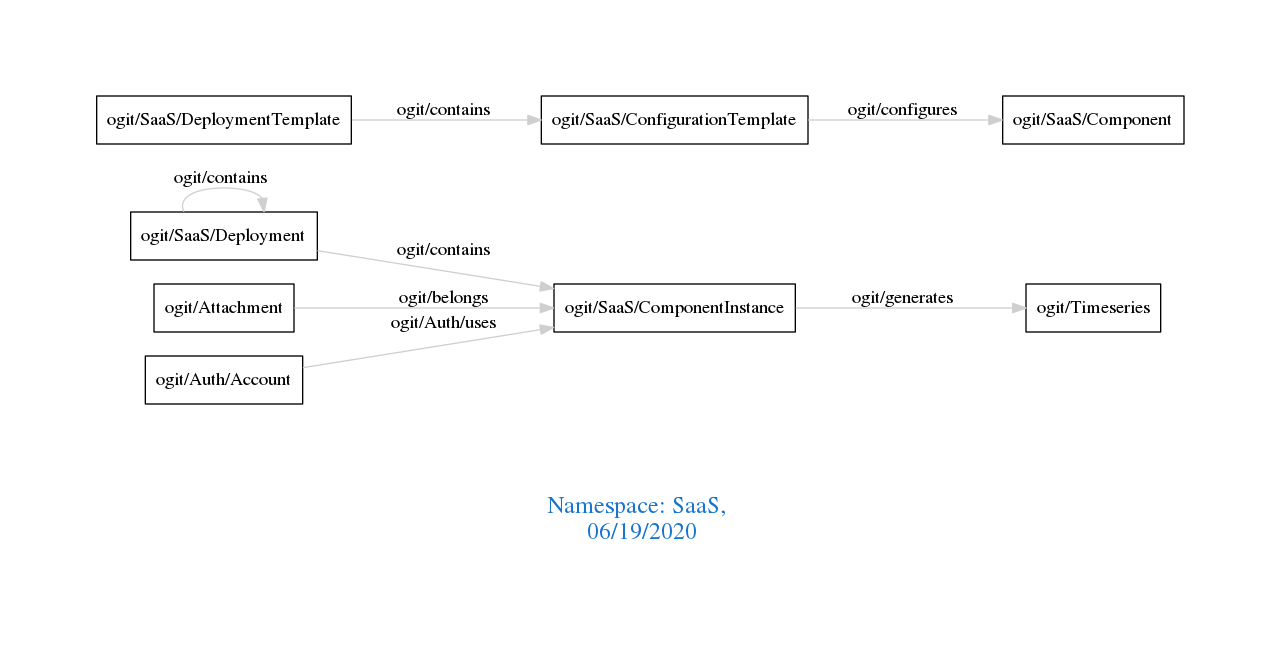
This is downloads/SaaS.png from arago/OGIT, a Graphviz export, as it was before one commit. Its source is kept beside it as downloads/SaaS.dot. The source it was exported from:
```dot
digraph OGIT_ontology {
 graph [ rankdir= LR,pad=1
fontsize = 18,
fontcolor= dodgerblue3,label = "\n\n\nNamespace: SaaS, \n 06/19/2020"];
node[shape=polygon];
edge [  color="gray81"];

   "ogit/SaaS/Deployment" -> "ogit/SaaS/ComponentInstance" [label="   ogit/contains    "];
   "ogit/SaaS/DeploymentTemplate" -> "ogit/SaaS/ConfigurationTemplate" [label="   ogit/contains    "];
   "ogit/SaaS/ComponentInstance" -> "ogit/Timeseries" [label="   ogit/generates    "];
   "ogit/SaaS/ConfigurationTemplate" -> "ogit/SaaS/Component" [label="   ogit/configures    "];
   "ogit/Attachment" -> "ogit/SaaS/ComponentInstance" [label="   ogit/belongs    "];
   "ogit/Auth/Account" -> "ogit/SaaS/ComponentInstance" [label="   ogit/Auth/uses    "];
   "ogit/SaaS/Deployment" -> "ogit/SaaS/Deployment" [label="   ogit/contains    "];
}
```
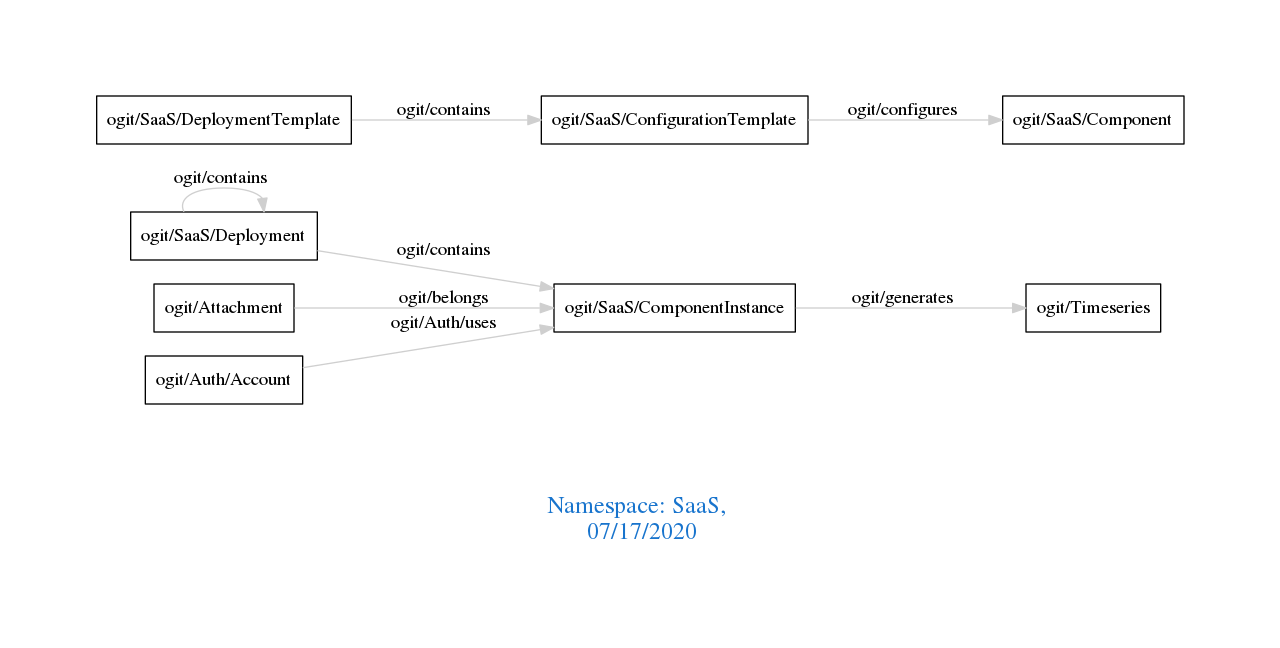
The same diagram one commit later.

The edit, as a diff of the source:
```diff
@@ -1,7 +1,7 @@
 digraph OGIT_ontology {
  graph [ rankdir= LR,pad=1
 fontsize = 18,
-fontcolor= dodgerblue3,label = "\n\n\nNamespace: SaaS, \n 06/19/2020"];
+fontcolor= dodgerblue3,label = "\n\n\nNamespace: SaaS, \n 07/17/2020"];
 node[shape=polygon];
 edge [  color="gray81"];
 
```
